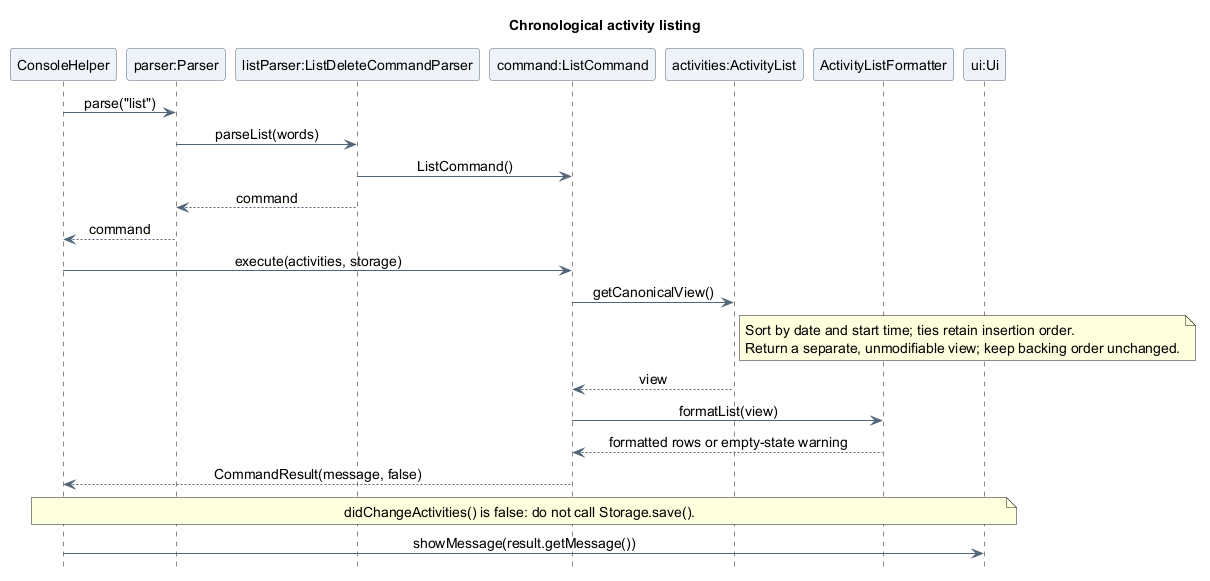
AY2627S1-CS2113-T10-4/tp keeps this PlantUML diagram as docs/images/asyraf/sequence/ListActivitySequence.png. Above is the earlier version. Source of this version:
```plantuml
@startuml
title Chronological activity listing
skinparam backgroundColor white
skinparam shadowing false
skinparam defaultFontName SansSerif
skinparam defaultFontSize 14
skinparam ArrowColor #526477
skinparam ParticipantBackgroundColor #EDF3F8
skinparam ParticipantBorderColor #526477
skinparam sequenceMessageAlign center
hide footbox

participant "ConsoleHelper" as Console
participant "parser:Parser" as Parser
participant "listParser:ListDeleteCommandParser" as ListParser
participant "command:ListCommand" as Query
participant "activities:ActivityList" as Activities
participant "ActivityListFormatter" as Formatter
participant "ui:Ui" as UI

Console -> Parser : parse("list")
Parser -> ListParser : parseList(words)
ListParser -> Query : ListCommand()
ListParser --> Parser : command
Parser --> Console : command
Console -> Query : execute(activities, storage)
Query -> Activities : getCanonicalView()
note right of Activities
  Sort by date and start time; ties retain insertion order.
  Return a separate, unmodifiable view; keep backing order unchanged.
end note
Activities --> Query : view
Query -> Formatter : formatList(view)
Formatter --> Query : formatted rows or empty-state warning
Query --> Console : CommandResult(message, false)
note over Console, UI
  didChangeActivities() is false: do not call Storage.save().
end note
Console -> UI : showMessage(result.getMessage())
@enduml
```
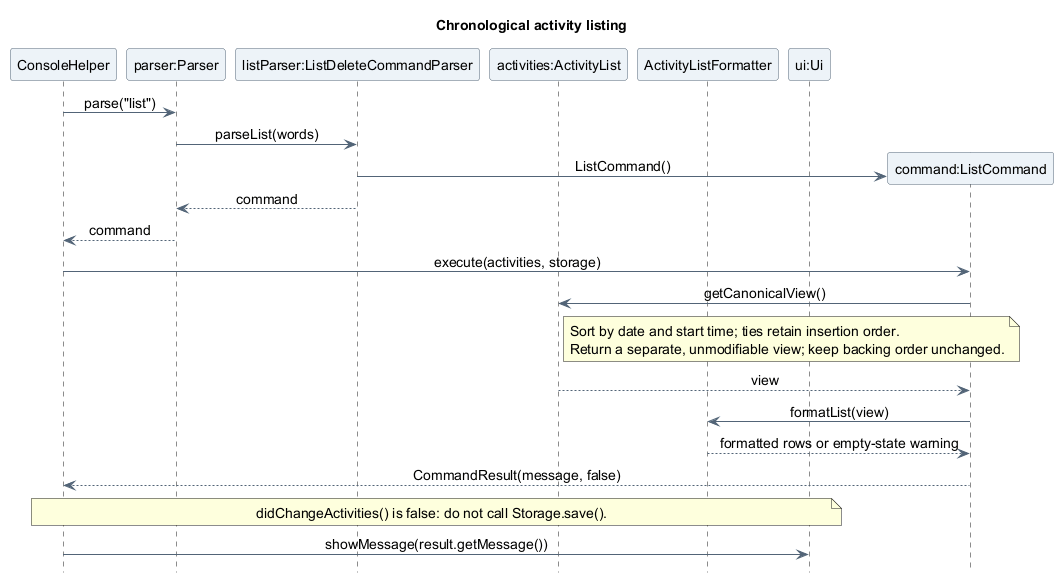
Above is the later version.

What changed in the source:
```diff
@@ -13,13 +13,13 @@
 participant "ConsoleHelper" as Console
 participant "parser:Parser" as Parser
 participant "listParser:ListDeleteCommandParser" as ListParser
-participant "command:ListCommand" as Query
 participant "activities:ActivityList" as Activities
 participant "ActivityListFormatter" as Formatter
 participant "ui:Ui" as UI
 
 Console -> Parser : parse("list")
 Parser -> ListParser : parseList(words)
+create participant "command:ListCommand" as Query
 ListParser -> Query : ListCommand()
 ListParser --> Parser : command
 Parser --> Console : command
```
